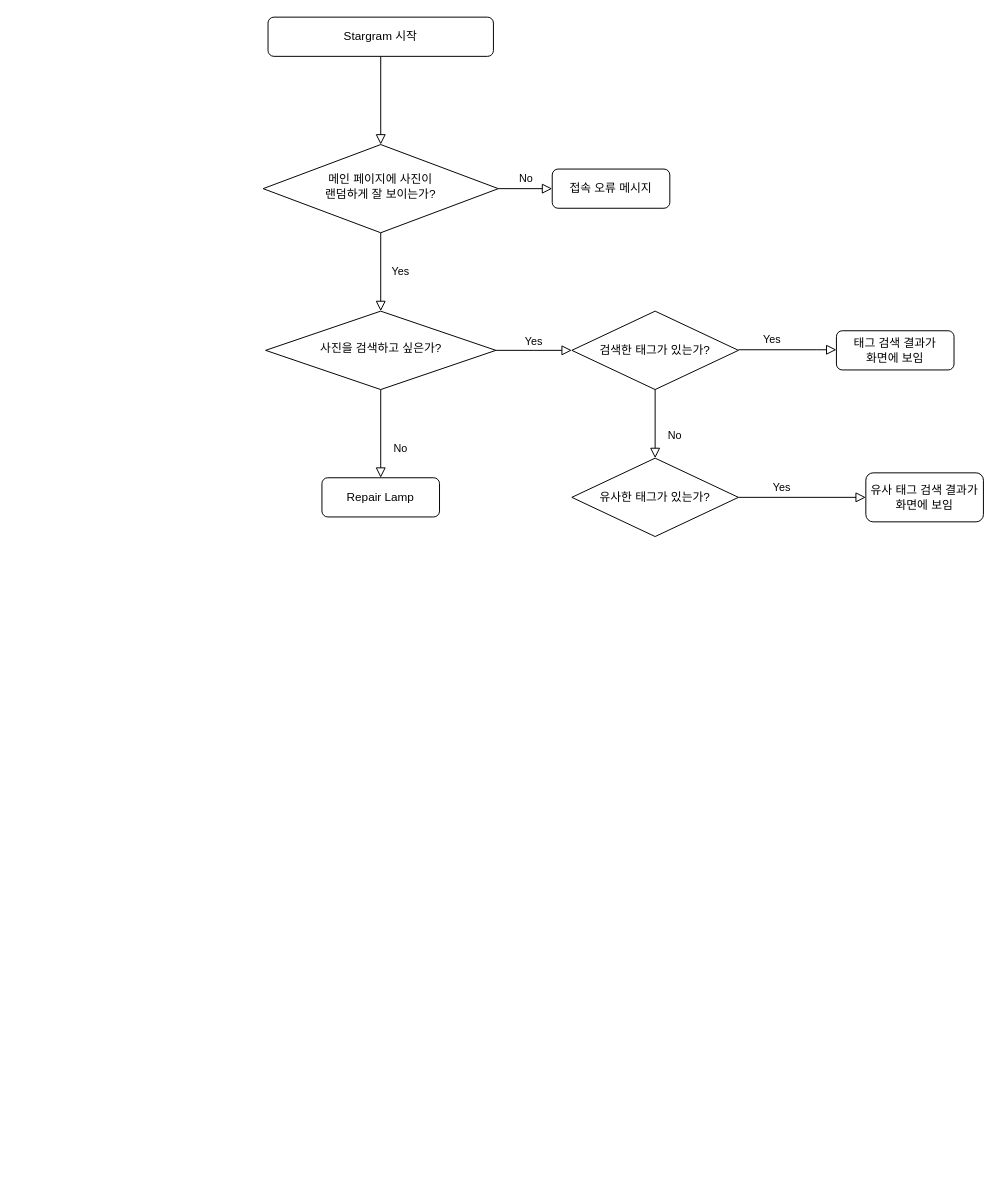
Earlier version of the draw.io diagram Usecase2.drawio (betty214/codingtest). Source tidied: cells renumbered, new cells numbered last; positions are measured from the earlier drawing's top-left corner, leaving out a move shared by most shapes. Both pictures are drawn from the tidied source at 98%, with x=0, y=0 at pixel (263, 17).
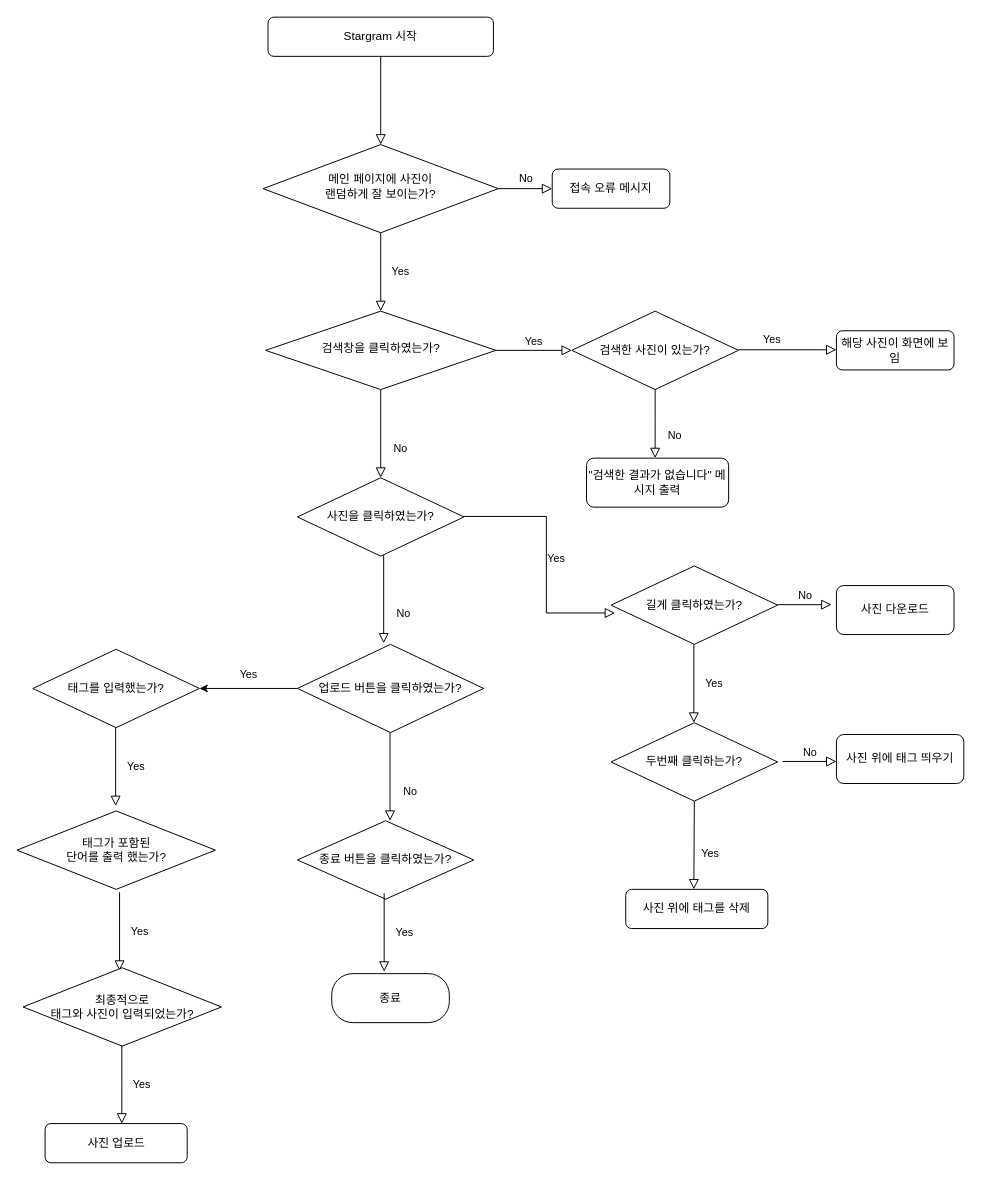
The same diagram, later.

The edit, as a diff of the source:
```diff
@@
-    <mxCell id="8" value="No" style="rounded=0;html=1;jettySize=auto;fontSize=11;endArrow=block;endFill=0;endSize=8;strokeWidth=1;shadow=0;labelBackgroundColor=none;edgeStyle=orthogonalEdgeStyle;" parent="1" edge="1" source="10" target="11">
-      <mxGeometry x="0.33" y="20" relative="1" as="geometry" />
+    <mxCell id="8" value="No" style="rounded=0;html=1;jettySize=auto;fontSize=11;endArrow=block;endFill=0;endSize=8;strokeWidth=1;shadow=0;labelBackgroundColor=none;edgeStyle=orthogonalEdgeStyle;" parent="1" edge="1" source="10">
+      <mxGeometry x="0.33" y="20" relative="1" as="geometry">
+        <mxPoint x="120" y="470" as="targetPoint" />
+      </mxGeometry>
     </mxCell>
@@
-    <mxCell id="10" value="사진을 검색하고 싶은가?" style="rhombus;whiteSpace=wrap;html=1;shadow=0;fontFamily=Helvetica;fontSize=12;align=center;strokeWidth=1;spacing=6;spacingTop=-4;" parent="1" vertex="1">
+    <mxCell id="10" value="검색창을 클릭하였는가?" style="rhombus;whiteSpace=wrap;html=1;shadow=0;fontFamily=Helvetica;fontSize=12;align=center;strokeWidth=1;spacing=6;spacingTop=-4;" parent="1" vertex="1">
       <mxGeometry x="2.5" y="300" width="235" height="80" as="geometry" />
     </mxCell>
-    <mxCell id="11" value="Repair Lamp" style="rounded=1;whiteSpace=wrap;html=1;fontSize=12;glass=0;strokeWidth=1;shadow=0;" parent="1" vertex="1">
-      <mxGeometry x="60" y="470" width="120" height="40" as="geometry" />
-    </mxCell>
-    <mxCell id="12" value="검색한 태그가 있는가?" style="rhombus;whiteSpace=wrap;html=1;" parent="1" vertex="1">
+    <mxCell id="12" value="검색한 사진이 있는가?" style="rhombus;whiteSpace=wrap;html=1;" parent="1" vertex="1">
       <mxGeometry x="315" y="300" width="170" height="80" as="geometry" />
     </mxCell>
@@
-    <mxCell id="14" value="유사한 태그가 있는가?" style="rhombus;whiteSpace=wrap;html=1;" parent="1" vertex="1">
-      <mxGeometry x="315" y="450" width="170" height="80" as="geometry" />
-    </mxCell>
-    <mxCell id="15" value="No" style="rounded=0;html=1;jettySize=auto;fontSize=11;endArrow=block;endFill=0;endSize=8;strokeWidth=1;shadow=0;labelBackgroundColor=none;edgeStyle=orthogonalEdgeStyle;entryX=0.5;entryY=0;entryDx=0;entryDy=0;exitX=0.5;exitY=1;exitDx=0;exitDy=0;" parent="1" edge="1" source="12" target="14">
-      <mxGeometry x="0.33" y="20" relative="1" as="geometry" />
+    <mxCell id="15" value="No" style="rounded=0;html=1;jettySize=auto;fontSize=11;endArrow=block;endFill=0;endSize=8;strokeWidth=1;shadow=0;labelBackgroundColor=none;edgeStyle=orthogonalEdgeStyle;entryX=0.5;entryY=0;entryDx=0;entryDy=0;exitX=0.5;exitY=1;exitDx=0;exitDy=0;" parent="1" edge="1" source="12">
+      <mxGeometry x="0.33" y="20" relative="1" as="geometry">
+        <mxPoint x="400" y="450" as="targetPoint" />
+      </mxGeometry>
     </mxCell>
-    <mxCell id="16" value="태그 검색 결과가&lt;br&gt;화면에 보임" style="rounded=1;whiteSpace=wrap;html=1;fontSize=12;glass=0;strokeWidth=1;shadow=0;" parent="1" vertex="1">
+    <mxCell id="16" value="해당 사진이 화면에 보임" style="rounded=1;whiteSpace=wrap;html=1;fontSize=12;glass=0;strokeWidth=1;shadow=0;" parent="1" vertex="1">
       <mxGeometry x="585" y="320" width="120" height="40" as="geometry" />
     </mxCell>
-    <mxCell id="17" value="Yes" style="edgeStyle=orthogonalEdgeStyle;rounded=0;html=1;jettySize=auto;fontSize=11;endArrow=block;endFill=0;endSize=8;strokeWidth=1;shadow=0;labelBackgroundColor=none;exitX=1;exitY=0.5;exitDx=0;exitDy=0;" parent="1" edge="1" source="14">
-      <mxGeometry x="-0.32" y="10" relative="1" as="geometry">
-        <mxPoint x="615" y="490" as="targetPoint" />
-        <Array as="points">
-          <mxPoint x="605" y="490" />
-        </Array>
-      </mxGeometry>
-    </mxCell>
-    <mxCell id="18" value="유사 태그 검색 결과가&lt;br&gt;화면에 보임" style="rounded=1;whiteSpace=wrap;html=1;fontSize=12;glass=0;strokeWidth=1;shadow=0;" parent="1" vertex="1">
-      <mxGeometry x="615" y="465" width="120" height="50" as="geometry" />
+    <mxCell id="18" value="&quot;검색한 결과가 없습니다&quot; 메시지 출력" style="rounded=1;whiteSpace=wrap;html=1;fontSize=12;glass=0;strokeWidth=1;shadow=0;" parent="1" vertex="1">
+      <mxGeometry x="330" y="450" width="145" height="50" as="geometry" />
     </mxCell>
+    <mxCell id="19" value="사진을 클릭하였는가?" style="rhombus;whiteSpace=wrap;html=1;" parent="1" vertex="1">
+      <mxGeometry x="35" y="470" width="170" height="80" as="geometry" />
+    </mxCell>
+    <mxCell id="20" value="No" style="rounded=0;html=1;jettySize=auto;orthogonalLoop=1;fontSize=11;endArrow=block;endFill=0;endSize=8;strokeWidth=1;shadow=0;labelBackgroundColor=none;edgeStyle=orthogonalEdgeStyle;" parent="1" edge="1">
+      <mxGeometry x="0.33" y="20" relative="1" as="geometry">
+        <mxPoint x="123" y="549" as="sourcePoint" />
+        <mxPoint x="123" y="639" as="targetPoint" />
+      </mxGeometry>
+    </mxCell>
+    <mxCell id="21" style="edgeStyle=orthogonalEdgeStyle;rounded=0;jettySize=auto;html=1;entryX=1;entryY=0.5;entryDx=0;entryDy=0;" parent="1" edge="1" source="23" target="38">
+      <mxGeometry relative="1" as="geometry" />
+    </mxCell>
+    <mxCell id="22" value="Yes" style="edgeLabel;html=1;align=center;verticalAlign=middle;" parent="21" vertex="1">
+      <mxGeometry x="0.25" y="4" relative="1" as="geometry">
+        <mxPoint x="12" y="-19" as="offset" />
+      </mxGeometry>
+    </mxCell>
+    <mxCell id="23" value="업로드 버튼을 클릭하였는가?" style="rhombus;whiteSpace=wrap;html=1;" parent="1" vertex="1">
+      <mxGeometry x="35" y="640" width="190" height="90" as="geometry" />
+    </mxCell>
+    <mxCell id="24" value="No" style="rounded=0;html=1;jettySize=auto;orthogonalLoop=1;fontSize=11;endArrow=block;endFill=0;endSize=8;strokeWidth=1;shadow=0;labelBackgroundColor=none;edgeStyle=orthogonalEdgeStyle;" parent="1" edge="1">
+      <mxGeometry x="0.33" y="20" relative="1" as="geometry">
+        <mxPoint x="129.5" y="730" as="sourcePoint" />
+        <mxPoint x="129.5" y="820" as="targetPoint" />
+      </mxGeometry>
+    </mxCell>
+    <mxCell id="25" value="종료 버튼을 클릭하였는가?" style="rhombus;whiteSpace=wrap;html=1;" parent="1" vertex="1">
+      <mxGeometry x="35" y="820" width="180" height="80" as="geometry" />
+    </mxCell>
+    <mxCell id="26" value="종료" style="rounded=1;whiteSpace=wrap;html=1;fontSize=12;glass=0;strokeWidth=1;shadow=0;arcSize=43;" parent="1" vertex="1">
+      <mxGeometry x="70" y="976" width="120" height="50" as="geometry" />
+    </mxCell>
+    <mxCell id="27" value="Yes" style="rounded=0;html=1;jettySize=auto;orthogonalLoop=1;fontSize=11;endArrow=block;endFill=0;endSize=8;strokeWidth=1;shadow=0;labelBackgroundColor=none;edgeStyle=orthogonalEdgeStyle;" parent="1" edge="1">
+      <mxGeometry y="20" relative="1" as="geometry">
+        <mxPoint x="123.5" y="894" as="sourcePoint" />
+        <mxPoint x="123.5" y="974" as="targetPoint" />
+      </mxGeometry>
+    </mxCell>
+    <mxCell id="28" value="길게 클릭하였는가?" style="rhombus;whiteSpace=wrap;html=1;" parent="1" vertex="1">
+      <mxGeometry x="355" y="560" width="170" height="80" as="geometry" />
+    </mxCell>
+    <mxCell id="29" value="Yes" style="edgeStyle=orthogonalEdgeStyle;rounded=0;html=1;jettySize=auto;fontSize=11;endArrow=block;endFill=0;endSize=8;strokeWidth=1;shadow=0;labelBackgroundColor=none;entryX=0.024;entryY=0.6;entryDx=0;entryDy=0;entryPerimeter=0;" parent="1" edge="1" target="28">
+      <mxGeometry y="10" relative="1" as="geometry">
+        <mxPoint x="205" y="509.5" as="sourcePoint" />
+        <Array as="points">
+          <mxPoint x="289" y="510" />
+        </Array>
+      </mxGeometry>
+    </mxCell>
+    <mxCell id="30" value="사진 다운로드" style="rounded=1;whiteSpace=wrap;html=1;fontSize=12;glass=0;strokeWidth=1;shadow=0;" parent="1" vertex="1">
+      <mxGeometry x="585" y="580" width="120" height="50" as="geometry" />
+    </mxCell>
+    <mxCell id="31" value="Yes" style="rounded=0;html=1;jettySize=auto;orthogonalLoop=1;fontSize=11;endArrow=block;endFill=0;endSize=8;strokeWidth=1;shadow=0;labelBackgroundColor=none;edgeStyle=orthogonalEdgeStyle;" parent="1" edge="1">
+      <mxGeometry y="20" relative="1" as="geometry">
+        <mxPoint x="439.5" y="640" as="sourcePoint" />
+        <mxPoint x="439.5" y="720" as="targetPoint" />
+      </mxGeometry>
+    </mxCell>
+    <mxCell id="32" value="No" style="edgeStyle=orthogonalEdgeStyle;rounded=0;html=1;jettySize=auto;orthogonalLoop=1;fontSize=11;endArrow=block;endFill=0;endSize=8;strokeWidth=1;shadow=0;labelBackgroundColor=none;" parent="1" edge="1">
+      <mxGeometry y="10" relative="1" as="geometry">
+        <mxPoint x="525" y="599.5" as="sourcePoint" />
+        <mxPoint x="580" y="599.5" as="targetPoint" />
+      </mxGeometry>
+    </mxCell>
+    <mxCell id="33" value="사진 위에 태그를 삭제" style="rounded=1;whiteSpace=wrap;html=1;fontSize=12;glass=0;strokeWidth=1;shadow=0;" parent="1" vertex="1">
+      <mxGeometry x="370" y="890" width="145" height="40" as="geometry" />
+    </mxCell>
+    <mxCell id="34" value="두번째 클릭하는가?" style="rhombus;whiteSpace=wrap;html=1;" parent="1" vertex="1">
+      <mxGeometry x="355" y="720" width="170" height="80" as="geometry" />
+    </mxCell>
+    <mxCell id="35" value="Yes" style="rounded=0;html=1;jettySize=auto;fontSize=11;endArrow=block;endFill=0;endSize=8;strokeWidth=1;shadow=0;labelBackgroundColor=none;edgeStyle=orthogonalEdgeStyle;exitX=0.5;exitY=1;exitDx=0;exitDy=0;" parent="1" edge="1" source="34">
+      <mxGeometry x="0.17" y="16" relative="1" as="geometry">
+        <mxPoint x="439.5" y="890" as="targetPoint" />
+      </mxGeometry>
+    </mxCell>
+    <mxCell id="36" value="No" style="edgeStyle=orthogonalEdgeStyle;rounded=0;html=1;jettySize=auto;orthogonalLoop=1;fontSize=11;endArrow=block;endFill=0;endSize=8;strokeWidth=1;shadow=0;labelBackgroundColor=none;" parent="1" edge="1">
+      <mxGeometry y="10" relative="1" as="geometry">
+        <mxPoint x="530" y="759.5" as="sourcePoint" />
+        <mxPoint x="585" y="759.5" as="targetPoint" />
+      </mxGeometry>
+    </mxCell>
+    <mxCell id="37" value="사진 위에 태그 띄우기" style="rounded=1;whiteSpace=wrap;html=1;fontSize=12;glass=0;strokeWidth=1;shadow=0;" parent="1" vertex="1">
+      <mxGeometry x="585" y="732" width="130" height="50" as="geometry" />
+    </mxCell>
+    <mxCell id="38" value="태그를 입력했는가?" style="rhombus;whiteSpace=wrap;html=1;" parent="1" vertex="1">
+      <mxGeometry x="-235" y="645" width="170" height="80" as="geometry" />
+    </mxCell>
+    <mxCell id="39" value="Yes" style="rounded=0;html=1;jettySize=auto;orthogonalLoop=1;fontSize=11;endArrow=block;endFill=0;endSize=8;strokeWidth=1;shadow=0;labelBackgroundColor=none;edgeStyle=orthogonalEdgeStyle;" parent="1" edge="1">
+      <mxGeometry y="20" relative="1" as="geometry">
+        <mxPoint x="-150.5" y="725" as="sourcePoint" />
+        <mxPoint x="-150.5" y="805" as="targetPoint" />
+      </mxGeometry>
+    </mxCell>
+    <mxCell id="40" value="태그가 포함된&lt;br&gt;단어를 출력&amp;nbsp;했는가?" style="rhombus;whiteSpace=wrap;html=1;" parent="1" vertex="1">
+      <mxGeometry x="-251.2" y="810" width="202.5" height="80" as="geometry" />
+    </mxCell>
+    <mxCell id="41" value="Yes" style="rounded=0;html=1;jettySize=auto;orthogonalLoop=1;fontSize=11;endArrow=block;endFill=0;endSize=8;strokeWidth=1;shadow=0;labelBackgroundColor=none;edgeStyle=orthogonalEdgeStyle;" parent="1" edge="1">
+      <mxGeometry y="20" relative="1" as="geometry">
+        <mxPoint x="-146.5" y="893" as="sourcePoint" />
+        <mxPoint x="-146.5" y="973" as="targetPoint" />
+      </mxGeometry>
+    </mxCell>
+    <mxCell id="42" value="최종적으로&lt;br&gt;태그와 사진이 입력되었는가?" style="rhombus;whiteSpace=wrap;html=1;" parent="1" vertex="1">
+      <mxGeometry x="-245" y="970" width="202.5" height="80" as="geometry" />
+    </mxCell>
+    <mxCell id="43" value="Yes" style="rounded=0;html=1;jettySize=auto;orthogonalLoop=1;fontSize=11;endArrow=block;endFill=0;endSize=8;strokeWidth=1;shadow=0;labelBackgroundColor=none;edgeStyle=orthogonalEdgeStyle;" parent="1" edge="1">
+      <mxGeometry y="20" relative="1" as="geometry">
+        <mxPoint x="-144.2" y="1049" as="sourcePoint" />
+        <mxPoint x="-144.2" y="1129" as="targetPoint" />
+        <Array as="points">
+          <mxPoint x="-143.8" y="1087" />
+          <mxPoint x="-143.8" y="1087" />
+        </Array>
+      </mxGeometry>
+    </mxCell>
+    <mxCell id="44" value="사진 업로드" style="rounded=1;whiteSpace=wrap;html=1;fontSize=12;glass=0;strokeWidth=1;shadow=0;" parent="1" vertex="1">
+      <mxGeometry x="-222.5" y="1129" width="145" height="40" as="geometry" />
+    </mxCell>
```
